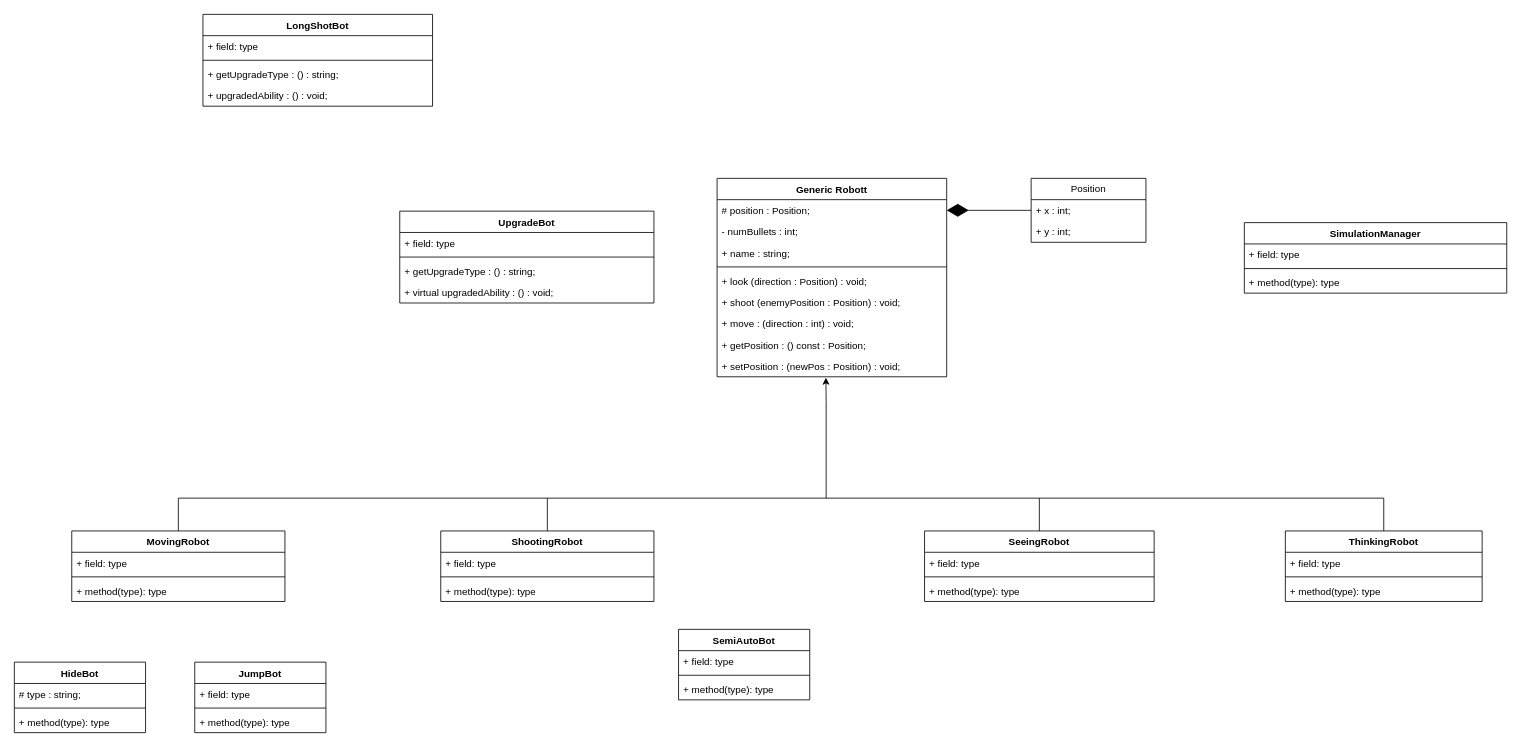
mohammadmuazzam/oopds keeps this draw.io diagram as class (1).drawio. Above is the earlier version. Source tidied: cells renumbered, new cells numbered last; positions are measured from the earlier drawing's top-left corner, leaving out a move shared by most shapes. Both pictures are drawn from the tidied source at 82%, with x=0, y=0 at pixel (14, 14).
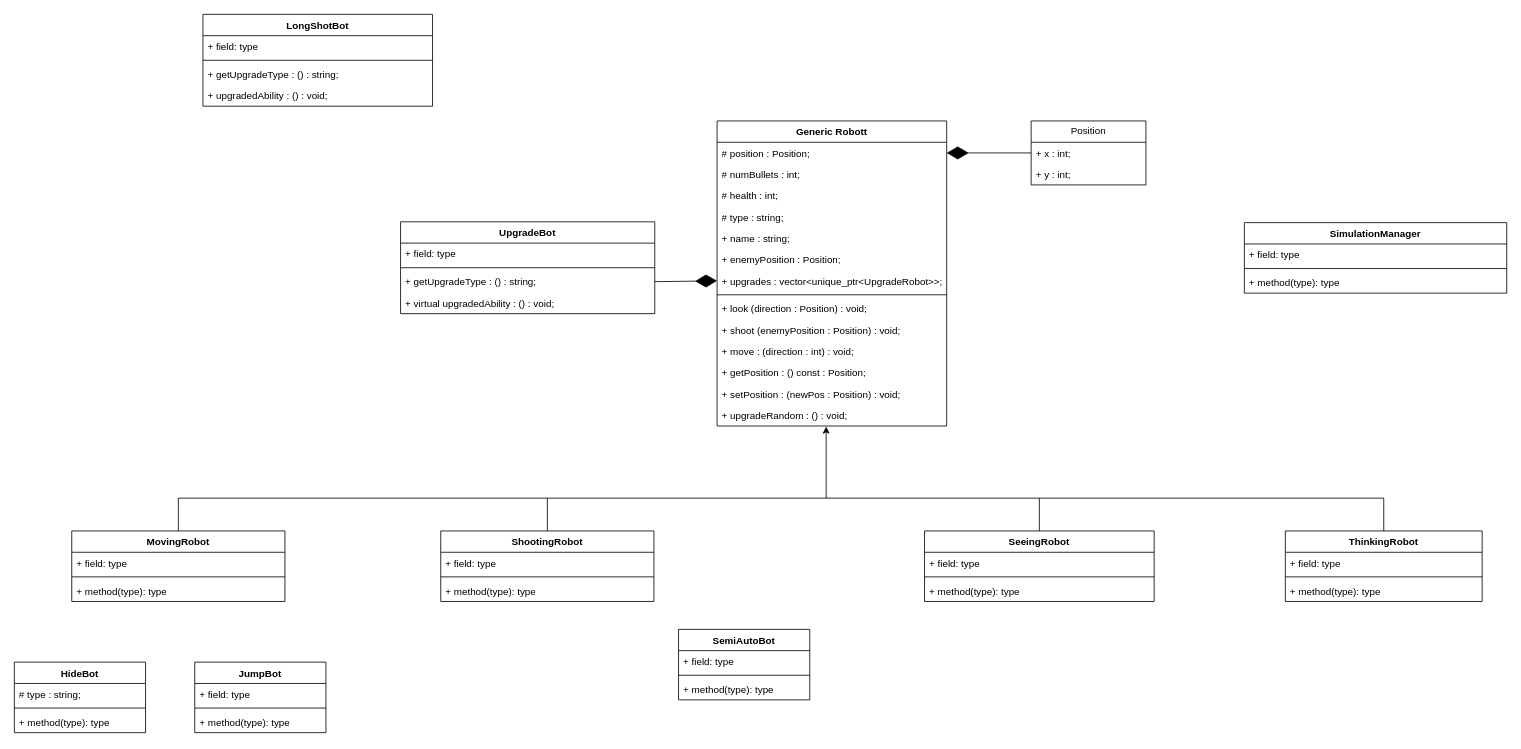
The same page after the edit.

The change refers to these unchanged cells:
```xml
<mxCell id="17" value="MovingRobot" style="swimlane;fontStyle=1;align=center;verticalAlign=top;horizontal=1;startSize=26;whiteSpace=wrap;html=1;" parent="1" vertex="1">
  <mxGeometry x="70" y="630" width="260" height="86" as="geometry" />
</mxCell>
<mxCell id="60" value="+ getUpgradeType : () : string;" style="text;strokeColor=none;fillColor=none;align=left;verticalAlign=top;spacingLeft=4;spacingRight=4;overflow=hidden;points=[[0,0.5],[1,0.5]];portConstraint=eastwest;whiteSpace=wrap;html=1;" parent="57" vertex="1">
  <mxGeometry y="60" width="310" height="26" as="geometry" />
</mxCell>
```

The edit, as a diff of the source:
```diff
@@
     <mxCell id="2" value="Generic Robott" style="swimlane;fontStyle=1;align=center;verticalAlign=top;horizontal=1;startSize=26;whiteSpace=wrap;html=1;" parent="1" vertex="1">
-      <mxGeometry x="857" y="200" width="280" height="242" as="geometry" />
+      <mxGeometry x="857" y="130" width="280" height="372" as="geometry" />
     </mxCell>
@@
-    <mxCell id="4" value="- numBullets : int;" style="text;strokeColor=none;fillColor=none;align=left;verticalAlign=top;spacingLeft=4;spacingRight=4;overflow=hidden;whiteSpace=wrap;html=1;" parent="2" vertex="1">
+    <mxCell id="4" value="# numBullets : int;" style="text;strokeColor=none;fillColor=none;align=left;verticalAlign=top;spacingLeft=4;spacingRight=4;overflow=hidden;whiteSpace=wrap;html=1;" parent="2" vertex="1">
       <mxGeometry y="52" width="280" height="26" as="geometry" />
     </mxCell>
-    <mxCell id="5" value="+ name : string;" style="text;strokeColor=none;fillColor=none;align=left;verticalAlign=top;spacingLeft=4;spacingRight=4;overflow=hidden;whiteSpace=wrap;html=1;" parent="2" vertex="1">
+    <mxCell id="5" value="# health : int;" style="text;strokeColor=none;fillColor=none;align=left;verticalAlign=top;spacingLeft=4;spacingRight=4;overflow=hidden;whiteSpace=wrap;html=1;" parent="2" vertex="1">
       <mxGeometry y="78" width="280" height="26" as="geometry" />
     </mxCell>
+    <mxCell id="62" value="# type : string;" style="text;strokeColor=none;fillColor=none;align=left;verticalAlign=top;spacingLeft=4;spacingRight=4;overflow=hidden;whiteSpace=wrap;html=1;" parent="2" vertex="1">
+      <mxGeometry y="104" width="280" height="26" as="geometry" />
+    </mxCell>
+    <mxCell id="63" value="+ name : string;" style="text;strokeColor=none;fillColor=none;align=left;verticalAlign=top;spacingLeft=4;spacingRight=4;overflow=hidden;whiteSpace=wrap;html=1;" parent="2" vertex="1">
+      <mxGeometry y="130" width="280" height="26" as="geometry" />
+    </mxCell>
+    <mxCell id="64" value="+ enemyPosition : Position;" style="text;strokeColor=none;fillColor=none;align=left;verticalAlign=top;spacingLeft=4;spacingRight=4;overflow=hidden;whiteSpace=wrap;html=1;" parent="2" vertex="1">
+      <mxGeometry y="156" width="280" height="26" as="geometry" />
+    </mxCell>
+    <mxCell id="65" value="+ upgrades : vector&amp;lt;unique_ptr&amp;lt;UpgradeRobot&amp;gt;&amp;gt;;" style="text;strokeColor=none;fillColor=none;align=left;verticalAlign=top;spacingLeft=4;spacingRight=4;overflow=hidden;points=[[0,0.5],[1,0.5]];portConstraint=eastwest;whiteSpace=wrap;html=1;" parent="2" vertex="1">
+      <mxGeometry y="182" width="280" height="26" as="geometry" />
+    </mxCell>
     <mxCell id="6" style="line;strokeWidth=1;fillColor=none;align=left;verticalAlign=middle;spacingTop=-1;spacingLeft=3;spacingRight=3;labelPosition=right;strokeColor=inherit;" parent="2" vertex="1">
-      <mxGeometry y="104" width="280" height="8" as="geometry" />
+      <mxGeometry y="208" width="280" height="8" as="geometry" />
     </mxCell>
     <mxCell id="7" value="+ look (direction : Position) : void;" style="text;strokeColor=none;fillColor=none;align=left;verticalAlign=top;spacingLeft=4;spacingRight=4;overflow=hidden;whiteSpace=wrap;html=1;" parent="2" vertex="1">
-      <mxGeometry y="112" width="280" height="26" as="geometry" />
+      <mxGeometry y="216" width="280" height="26" as="geometry" />
     </mxCell>
     <mxCell id="8" value="+ shoot (enemyPosition : Position) : void;" style="text;strokeColor=none;fillColor=none;align=left;verticalAlign=top;spacingLeft=4;spacingRight=4;overflow=hidden;whiteSpace=wrap;html=1;" parent="2" vertex="1">
-      <mxGeometry y="138" width="280" height="26" as="geometry" />
+      <mxGeometry y="242" width="280" height="26" as="geometry" />
     </mxCell>
     <mxCell id="9" value="&lt;div&gt;+ move : (direction : int) : void;&lt;/div&gt;" style="text;strokeColor=none;fillColor=none;align=left;verticalAlign=top;spacingLeft=4;spacingRight=4;overflow=hidden;whiteSpace=wrap;html=1;" parent="2" vertex="1">
-      <mxGeometry y="164" width="280" height="26" as="geometry" />
+      <mxGeometry y="268" width="280" height="26" as="geometry" />
     </mxCell>
     <mxCell id="10" value="+ getPosition : () const : Position;&lt;div&gt;&lt;br&gt;&lt;/div&gt;" style="text;strokeColor=none;fillColor=none;align=left;verticalAlign=top;spacingLeft=4;spacingRight=4;overflow=hidden;whiteSpace=wrap;html=1;" parent="2" vertex="1">
-      <mxGeometry y="190" width="280" height="26" as="geometry" />
+      <mxGeometry y="294" width="280" height="26" as="geometry" />
     </mxCell>
     <mxCell id="11" value="+ setPosition : (newPos : Position) : void;&lt;div&gt;&lt;br&gt;&lt;/div&gt;" style="text;strokeColor=none;fillColor=none;align=left;verticalAlign=top;spacingLeft=4;spacingRight=4;overflow=hidden;points=[[0,0.5],[1,0.5]];portConstraint=eastwest;whiteSpace=wrap;html=1;" parent="2" vertex="1">
-      <mxGeometry y="216" width="280" height="26" as="geometry" />
+      <mxGeometry y="320" width="280" height="26" as="geometry" />
     </mxCell>
+    <mxCell id="66" value="+ upgradeRandom : () : void;" style="text;strokeColor=none;fillColor=none;align=left;verticalAlign=top;spacingLeft=4;spacingRight=4;overflow=hidden;points=[[0,0.5],[1,0.5]];portConstraint=eastwest;whiteSpace=wrap;html=1;" parent="2" vertex="1">
+      <mxGeometry y="346" width="280" height="26" as="geometry" />
+    </mxCell>
     <mxCell id="12" value="Position" style="swimlane;fontStyle=0;horizontal=1;startSize=26;fillColor=none;whiteSpace=wrap;html=1;" parent="1" vertex="1">
-      <mxGeometry x="1240" y="200" width="140" height="78" as="geometry" />
+      <mxGeometry x="1240" y="130" width="140" height="78" as="geometry" />
     </mxCell>
@@
-    <mxCell id="16" style="edgeStyle=orthogonalEdgeStyle;rounded=0;jettySize=auto;html=1;entryX=0.474;entryY=1.04;entryDx=0;entryDy=0;entryPerimeter=0;" parent="1" edge="1" source="17" target="11">
+    <mxCell id="16" style="edgeStyle=orthogonalEdgeStyle;rounded=0;jettySize=auto;html=1;entryX=0.475;entryY=1.027;entryDx=0;entryDy=0;entryPerimeter=0;" parent="1" edge="1" source="17" target="66">
       <mxGeometry relative="1" as="geometry">
         <Array as="points">
           <mxPoint x="200" y="590" />
           <mxPoint x="990" y="590" />
-          <mxPoint x="990" y="471" />
         </Array>
       </mxGeometry>
     </mxCell>
@@
     <mxCell id="57" value="UpgradeBot" style="swimlane;fontStyle=1;align=center;verticalAlign=top;horizontal=1;startSize=26;whiteSpace=wrap;html=1;" parent="1" vertex="1">
-      <mxGeometry x="470" y="240" width="310" height="112" as="geometry" />
+      <mxGeometry x="471" y="253" width="310" height="112" as="geometry" />
     </mxCell>
@@
+    <mxCell id="67" style="endArrow=diamondThin;endFill=1;endSize=24;html=1;rounded=0;entryX=0;entryY=0.5;entryDx=0;entryDy=0;exitX=1;exitY=0.5;exitDx=0;exitDy=0;" parent="1" edge="1" source="60" target="65">
+      <mxGeometry relative="1" as="geometry" />
+    </mxCell>
```
